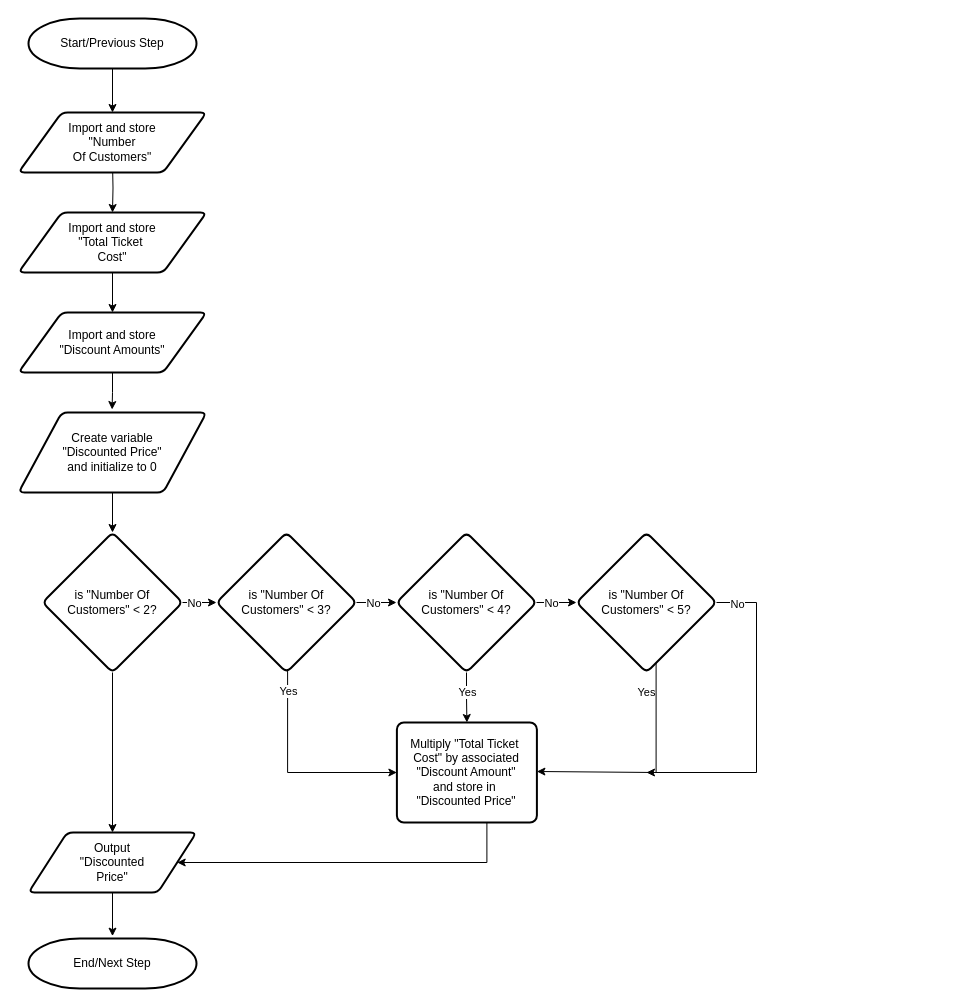
The draw.io diagram APS145NFF/W5/APS145_WS5_logic3_part3.drawio in lucanovello/Winter-2024, before the edit. Source tidied: cells renumbered, new cells numbered last; positions are measured from the earlier drawing's top-left corner, leaving out a move shared by most shapes. Both pictures are drawn from the tidied source at 100%, with x=0, y=0 at pixel (18, 18).
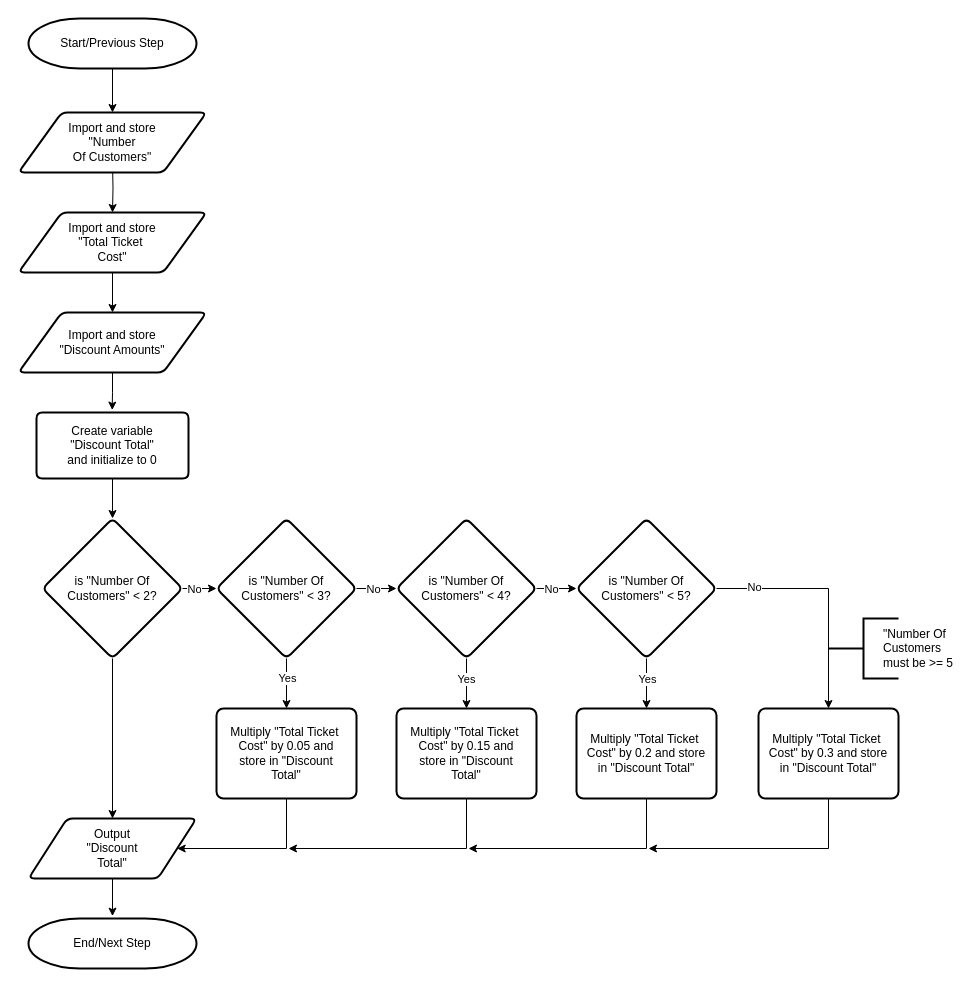
The same page after the edit.

Change to the diagram source:
```diff
@@
     <mxCell id="10" value="&lt;p style=&quot;line-height: 120%;&quot;&gt;&lt;br&gt;is &quot;Number Of Customers&quot; &amp;lt; 2?&lt;br&gt;&amp;nbsp;&lt;/p&gt;" style="rhombus;whiteSpace=wrap;html=1;strokeWidth=2;rounded=1;arcSize=12;verticalAlign=middle;horizontal=1;spacing=20;spacingBottom=5;spacingTop=5;spacingLeft=5;spacingRight=5;" parent="1" vertex="1">
-      <mxGeometry x="24" y="514" width="140" height="140" as="geometry" />
+      <mxGeometry x="24" y="500" width="140" height="140" as="geometry" />
     </mxCell>
-    <mxCell id="11" style="edgeStyle=orthogonalEdgeStyle;rounded=0;jettySize=auto;html=1;spacing=12;spacingTop=5;spacingBottom=5;spacingLeft=5;spacingRight=5;entryX=0.5;entryY=0;entryDx=0;entryDy=0;" parent="1" edge="1" source="15" target="31">
-      <mxGeometry relative="1" as="geometry" />
-    </mxCell>
-    <mxCell id="12" value="Yes" style="edgeLabel;html=1;align=center;verticalAlign=middle;spacing=12;spacingTop=5;spacingBottom=5;spacingLeft=5;spacingRight=5;" parent="11" vertex="1">
-      <mxGeometry x="-0.16" y="1" relative="1" as="geometry">
-        <mxPoint x="-1" y="-2" as="offset" />
-      </mxGeometry>
-    </mxCell>
@@
+    <mxCell id="11" style="edgeStyle=orthogonalEdgeStyle;rounded=0;jettySize=auto;html=1;" parent="1" edge="1" source="15" target="31">
+      <mxGeometry relative="1" as="geometry" />
+    </mxCell>
+    <mxCell id="36" value="Yes" style="edgeLabel;html=1;align=center;verticalAlign=middle;" parent="11" vertex="1">
+      <mxGeometry x="-0.19" y="-1" relative="1" as="geometry" />
+    </mxCell>
     <mxCell id="15" value="&lt;p style=&quot;line-height: 120%;&quot;&gt;&lt;br&gt;is &quot;Number Of Customers&quot; &amp;lt; 4?&lt;br&gt;&amp;nbsp;&lt;/p&gt;" style="rhombus;whiteSpace=wrap;html=1;strokeWidth=2;rounded=1;arcSize=12;verticalAlign=middle;horizontal=1;spacing=20;spacingBottom=5;spacingTop=5;spacingLeft=5;spacingRight=5;" parent="1" vertex="1">
-      <mxGeometry x="378" y="514" width="140" height="140" as="geometry" />
+      <mxGeometry x="378" y="500" width="140" height="140" as="geometry" />
     </mxCell>
-    <mxCell id="16" style="edgeStyle=orthogonalEdgeStyle;rounded=0;orthogonalLoop=1;jettySize=auto;html=1;spacing=12;spacingTop=5;spacingBottom=5;spacingLeft=5;spacingRight=5;entryX=1.006;entryY=0.59;entryDx=0;entryDy=0;entryPerimeter=0;" parent="1" edge="1">
-      <mxGeometry relative="1" as="geometry">
-        <mxPoint x="637.6" y="634" as="sourcePoint" />
-        <mxPoint x="518.4" y="753" as="targetPoint" />
-        <Array as="points">
-          <mxPoint x="638" y="754" />
-          <mxPoint x="518" y="754" />
-        </Array>
-      </mxGeometry>
-    </mxCell>
-    <mxCell id="17" value="Yes" style="edgeLabel;html=1;align=center;verticalAlign=middle;spacing=12;spacingTop=5;spacingBottom=5;spacingLeft=5;spacingRight=5;" parent="16" vertex="1">
-      <mxGeometry x="-0.16" y="1" relative="1" as="geometry">
-        <mxPoint x="-11" y="-61" as="offset" />
-      </mxGeometry>
-    </mxCell>
-    <mxCell id="18" style="edgeStyle=orthogonalEdgeStyle;rounded=0;jettySize=auto;html=1;spacing=12;spacingTop=5;spacingBottom=5;spacingLeft=5;spacingRight=5;" parent="1" edge="1" source="20">
-      <mxGeometry relative="1" as="geometry">
-        <mxPoint x="628" y="754" as="targetPoint" />
-        <Array as="points">
-          <mxPoint x="738" y="584" />
-          <mxPoint x="738" y="754" />
-        </Array>
-      </mxGeometry>
-    </mxCell>
+    <mxCell id="37" style="edgeStyle=orthogonalEdgeStyle;rounded=0;jettySize=auto;html=1;" parent="1" edge="1" source="20" target="46">
+      <mxGeometry relative="1" as="geometry" />
+    </mxCell>
+    <mxCell id="38" value="Yes" style="edgeLabel;html=1;align=center;verticalAlign=middle;" parent="37" vertex="1">
+      <mxGeometry x="-0.19" relative="1" as="geometry" />
+    </mxCell>
+    <mxCell id="39" style="edgeStyle=orthogonalEdgeStyle;rounded=0;jettySize=auto;html=1;entryX=0.5;entryY=0;entryDx=0;entryDy=0;" parent="1" edge="1" source="20" target="48">
+      <mxGeometry relative="1" as="geometry" />
+    </mxCell>
-    <mxCell id="19" value="No" style="edgeLabel;html=1;align=center;verticalAlign=middle;spacing=12;spacingTop=5;spacingBottom=5;spacingLeft=5;spacingRight=5;" parent="18" vertex="1">
-      <mxGeometry x="0.07" relative="1" as="geometry">
-        <mxPoint x="-20" y="-130" as="offset" />
-      </mxGeometry>
+    <mxCell id="19" value="No" style="edgeLabel;html=1;align=center;verticalAlign=middle;" parent="39" vertex="1">
+      <mxGeometry x="-0.68" y="2" relative="1" as="geometry" />
     </mxCell>
     <mxCell id="20" value="&lt;p style=&quot;line-height: 120%;&quot;&gt;&lt;br&gt;is &quot;Number Of Customers&quot; &amp;lt; 5?&lt;br&gt;&amp;nbsp;&lt;/p&gt;" style="rhombus;whiteSpace=wrap;html=1;strokeWidth=2;rounded=1;arcSize=12;verticalAlign=middle;horizontal=1;spacing=20;spacingBottom=5;spacingTop=5;spacingLeft=5;spacingRight=5;" parent="1" vertex="1">
-      <mxGeometry x="558" y="514" width="140" height="140" as="geometry" />
+      <mxGeometry x="558" y="500" width="140" height="140" as="geometry" />
     </mxCell>
@@
-    <mxCell id="23" style="edgeStyle=orthogonalEdgeStyle;rounded=0;jettySize=auto;html=1;entryX=0;entryY=0.5;entryDx=0;entryDy=0;" parent="1" edge="1" target="31">
-      <mxGeometry relative="1" as="geometry">
-        <mxPoint x="269.1" y="644" as="sourcePoint" />
-        <Array as="points">
-          <mxPoint x="269" y="754" />
-        </Array>
-      </mxGeometry>
-    </mxCell>
-    <mxCell id="24" value="Yes" style="edgeLabel;html=1;align=center;verticalAlign=middle;" parent="23" vertex="1">
-      <mxGeometry x="-0.74" y="-1" relative="1" as="geometry">
-        <mxPoint x="1" y="-1" as="offset" />
-      </mxGeometry>
-    </mxCell>
+    <mxCell id="40" style="edgeStyle=orthogonalEdgeStyle;rounded=0;jettySize=auto;html=1;" parent="1" edge="1" source="25" target="44">
+      <mxGeometry relative="1" as="geometry" />
+    </mxCell>
+    <mxCell id="41" value="Yes" style="edgeLabel;html=1;align=center;verticalAlign=middle;" parent="40" vertex="1">
+      <mxGeometry x="-0.25" relative="1" as="geometry" />
+    </mxCell>
     <mxCell id="25" value="&lt;p style=&quot;line-height: 120%;&quot;&gt;&lt;br&gt;is &quot;Number Of Customers&quot;&amp;nbsp;&amp;lt; 3?&lt;br&gt;&amp;nbsp;&lt;/p&gt;" style="rhombus;whiteSpace=wrap;html=1;strokeWidth=2;rounded=1;arcSize=12;verticalAlign=middle;horizontal=1;spacing=20;spacingBottom=5;spacingTop=5;spacingLeft=5;spacingRight=5;" parent="1" vertex="1">
-      <mxGeometry x="198" y="514" width="140" height="140" as="geometry" />
+      <mxGeometry x="198" y="500" width="140" height="140" as="geometry" />
     </mxCell>
@@
-    <mxCell id="27" value="Create variable &quot;Discounted&amp;nbsp;Price&quot; and&amp;nbsp;initialize to 0" style="shape=parallelogram;html=1;strokeWidth=2;perimeter=parallelogramPerimeter;whiteSpace=wrap;rounded=1;arcSize=12;size=0.23;spacing=20;spacingTop=30;spacingBottom=30;spacingLeft=30;spacingRight=30;" parent="1" vertex="1">
-      <mxGeometry y="394" width="188" height="80" as="geometry" />
+    <mxCell id="27" value="Create variable &quot;Discount Total&quot; and&amp;nbsp;initialize to 0" style="shape=parallelogram;html=1;strokeWidth=2;perimeter=parallelogramPerimeter;whiteSpace=wrap;rounded=1;arcSize=12;size=0;spacing=20;spacingTop=0;spacingBottom=0;spacingLeft=0;spacingRight=0;" parent="1" vertex="1">
+      <mxGeometry x="18" y="394" width="152" height="66" as="geometry" />
     </mxCell>
@@
-    <mxCell id="29" value="Output &quot;Discounted Price&quot;" style="shape=parallelogram;html=1;strokeWidth=2;perimeter=parallelogramPerimeter;whiteSpace=wrap;rounded=1;arcSize=12;size=0.23;spacing=20;spacingTop=20;spacingBottom=20;spacingLeft=30;spacingRight=30;" parent="1" vertex="1">
-      <mxGeometry x="10" y="814" width="168" height="60" as="geometry" />
+    <mxCell id="29" value="Output &quot;Discount Total&quot;" style="shape=parallelogram;html=1;strokeWidth=2;perimeter=parallelogramPerimeter;whiteSpace=wrap;rounded=1;arcSize=12;size=0.23;spacing=20;spacingTop=20;spacingBottom=20;spacingLeft=30;spacingRight=30;" parent="1" vertex="1">
+      <mxGeometry x="10" y="800" width="168" height="60" as="geometry" />
     </mxCell>
-    <mxCell id="30" style="edgeStyle=orthogonalEdgeStyle;rounded=0;jettySize=auto;html=1;entryX=1;entryY=0.5;entryDx=0;entryDy=0;" parent="1" edge="1" target="29">
+    <mxCell id="30" style="edgeStyle=orthogonalEdgeStyle;rounded=0;jettySize=auto;html=1;entryX=1;entryY=0.5;entryDx=0;entryDy=0;exitX=0.5;exitY=1;exitDx=0;exitDy=0;" parent="1" edge="1" source="44" target="29">
       <mxGeometry relative="1" as="geometry">
-        <mxPoint x="468.4" y="744" as="sourcePoint" />
         <Array as="points">
-          <mxPoint x="468" y="844" />
+          <mxPoint x="268" y="830" />
         </Array>
       </mxGeometry>
     </mxCell>
+    <mxCell id="42" style="edgeStyle=orthogonalEdgeStyle;rounded=0;jettySize=auto;html=1;" parent="1" edge="1" source="31">
+      <mxGeometry relative="1" as="geometry">
+        <mxPoint x="270" y="830" as="targetPoint" />
+        <Array as="points">
+          <mxPoint x="448" y="830" />
+          <mxPoint x="270" y="830" />
+        </Array>
+      </mxGeometry>
+    </mxCell>
-    <mxCell id="31" value="Multiply &quot;Total Ticket&amp;nbsp; Cost&quot; by associated &quot;Discount Amount&quot; and store in&amp;nbsp; &quot;Discounted Price&quot;" style="rounded=1;whiteSpace=wrap;html=1;absoluteArcSize=1;arcSize=14;strokeWidth=2;spacing=10;spacingTop=0;spacingBottom=0;spacingLeft=0;spacingRight=0;" parent="1" vertex="1">
-      <mxGeometry x="378.4" y="704" width="140" height="100" as="geometry" />
+    <mxCell id="31" value="Multiply &quot;Total Ticket&amp;nbsp; Cost&quot; by 0.15 and store in &quot;Discount Total&quot;" style="rounded=1;whiteSpace=wrap;html=1;absoluteArcSize=1;arcSize=14;strokeWidth=2;spacing=10;spacingTop=0;spacingBottom=0;spacingLeft=0;spacingRight=0;" parent="1" vertex="1">
+      <mxGeometry x="378" y="690" width="140" height="90" as="geometry" />
     </mxCell>
@@
     <mxCell id="35" value="End/Next Step" style="strokeWidth=2;html=1;shape=mxgraph.flowchart.terminator;whiteSpace=wrap;spacing=20;spacingTop=5;spacingBottom=5;spacingLeft=5;spacingRight=5;" parent="1" vertex="1">
-      <mxGeometry x="10" y="920" width="168" height="50" as="geometry" />
+      <mxGeometry x="10" y="900" width="168" height="50" as="geometry" />
     </mxCell>
+    <mxCell id="43" value="&quot;Number Of Customers must be &gt;= 5" style="strokeWidth=2;shape=mxgraph.flowchart.annotation_2;align=left;labelPosition=right;spacingRight=0;spacing=0;verticalLabelPosition=middle;verticalAlign=middle;spacingLeft=-15;fixedWidth=0;movableLabel=1;labelPadding=0;overflow=visible;perimeterSpacing=0;whiteSpace=wrap;html=1;spacingTop=10;spacingBottom=10;" parent="1" vertex="1">
+      <mxGeometry x="810" y="600" width="70" height="60" as="geometry" />
+    </mxCell>
+    <mxCell id="44" value="Multiply &quot;Total Ticket&amp;nbsp; Cost&quot; by 0.05 and store in &quot;Discount Total&quot;" style="rounded=1;whiteSpace=wrap;html=1;absoluteArcSize=1;arcSize=14;strokeWidth=2;spacing=10;spacingTop=0;spacingBottom=0;spacingLeft=0;spacingRight=0;" parent="1" vertex="1">
+      <mxGeometry x="198" y="690" width="140" height="90" as="geometry" />
+    </mxCell>
+    <mxCell id="45" style="edgeStyle=orthogonalEdgeStyle;rounded=0;jettySize=auto;html=1;" parent="1" edge="1" source="46">
+      <mxGeometry relative="1" as="geometry">
+        <mxPoint x="450" y="830" as="targetPoint" />
+        <Array as="points">
+          <mxPoint x="628" y="830" />
+        </Array>
+      </mxGeometry>
+    </mxCell>
+    <mxCell id="46" value="Multiply &quot;Total Ticket&amp;nbsp; Cost&quot; by 0.2 and store in &quot;Discount Total&quot;" style="rounded=1;whiteSpace=wrap;html=1;absoluteArcSize=1;arcSize=14;strokeWidth=2;spacing=10;spacingTop=0;spacingBottom=0;spacingLeft=0;spacingRight=0;" parent="1" vertex="1">
+      <mxGeometry x="558" y="690" width="140" height="90" as="geometry" />
+    </mxCell>
+    <mxCell id="47" style="edgeStyle=orthogonalEdgeStyle;rounded=0;jettySize=auto;html=1;" parent="1" edge="1" source="48">
+      <mxGeometry relative="1" as="geometry">
+        <mxPoint x="630" y="830" as="targetPoint" />
+        <Array as="points">
+          <mxPoint x="810" y="830" />
+          <mxPoint x="630" y="830" />
+        </Array>
+      </mxGeometry>
+    </mxCell>
+    <mxCell id="48" value="Multiply &quot;Total Ticket&amp;nbsp; Cost&quot; by 0.3 and store in &quot;Discount Total&quot;" style="rounded=1;whiteSpace=wrap;html=1;absoluteArcSize=1;arcSize=14;strokeWidth=2;spacing=10;spacingTop=0;spacingBottom=0;spacingLeft=0;spacingRight=0;" parent="1" vertex="1">
+      <mxGeometry x="740" y="690" width="140" height="90" as="geometry" />
+    </mxCell>
```
